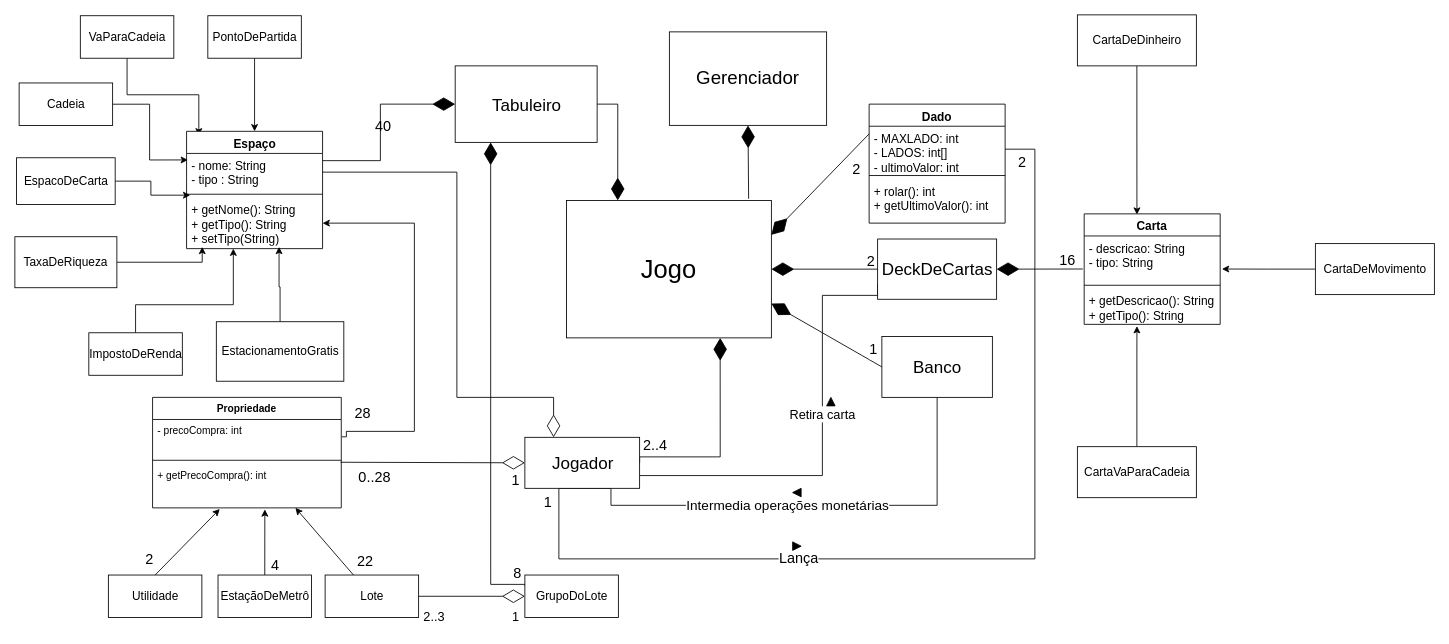
rafaelbarbeta/Monopoly keeps this draw.io diagram as Monopoly - G1.drawio. Above is the earlier version. Source tidied: cells renumbered, new cells numbered last; positions are measured from the earlier drawing's top-left corner, leaving out a move shared by most shapes. Both pictures are drawn from the tidied source at 85%, with x=0, y=0 at pixel (14, 14).
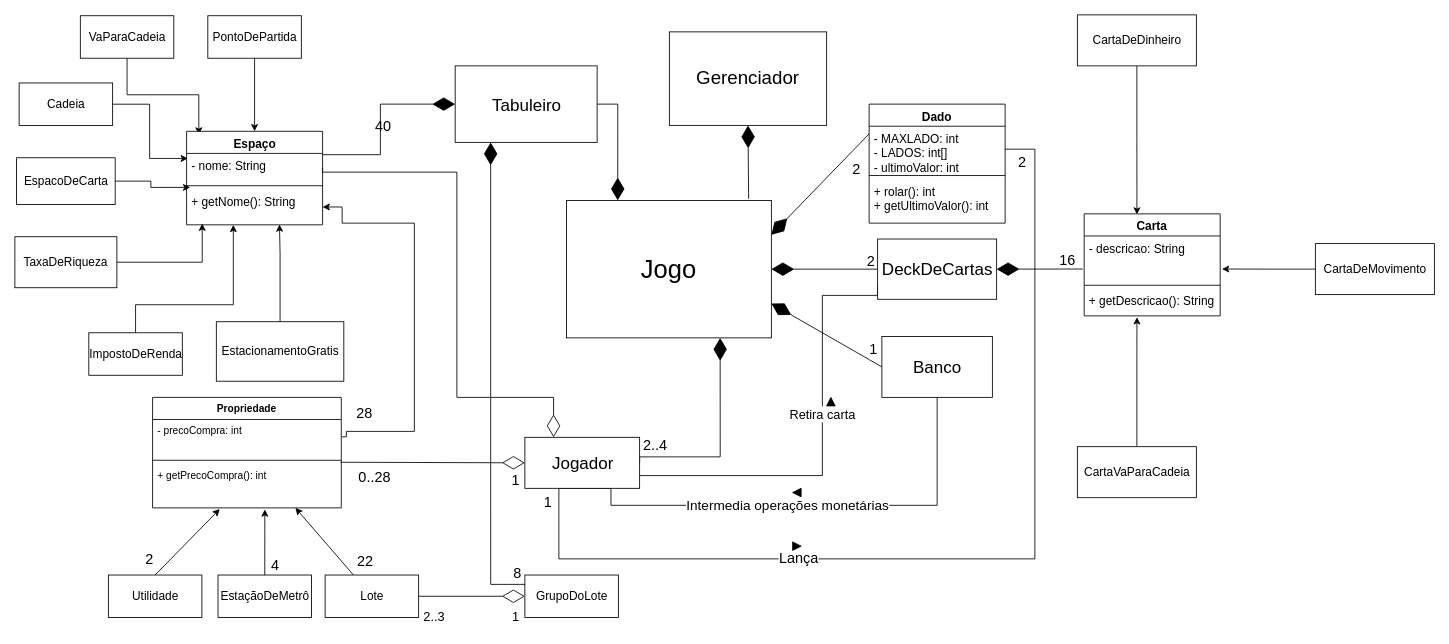
Above is the later version.

Commit message:
Retira campo tipo Diagramas

The change refers to these unchanged cells:
```xml
<mxCell id="38" value="EstacionamentoGratis" style="html=1;fontSize=14;" parent="1" vertex="1">
  <mxGeometry x="237" y="361" width="150" height="70" as="geometry" />
</mxCell>
<mxCell id="78" value="- precoCompra: int" style="text;strokeColor=none;fillColor=none;align=left;verticalAlign=top;spacingLeft=4;spacingRight=4;overflow=hidden;points=[[0,0.5],[1,0.5]];portConstraint=eastwest;" parent="77" vertex="1">
  <mxGeometry y="26" width="222" height="44" as="geometry" />
</mxCell>
```

Change to the diagram source:
```diff
@@
     <mxCell id="2" value="28" style="edgeStyle=orthogonalEdgeStyle;rounded=0;jettySize=auto;html=1;fontSize=17;entryX=1.003;entryY=0.464;entryDx=0;entryDy=0;startArrow=classic;startFill=1;endArrow=none;endFill=0;exitX=1;exitY=0.5;exitDx=0;exitDy=0;entryPerimeter=0;" parent="1" edge="1" source="68" target="78">
       <mxGeometry x="0.86" y="-20" relative="1" as="geometry">
         <Array as="points">
+          <mxPoint x="385" y="226" />
+          <mxPoint x="385" y="245" />
           <mxPoint x="470" y="245" />
           <mxPoint x="470" y="490" />
           <mxPoint x="390" y="490" />
           <mxPoint x="390" y="496" />
         </Array>
       </mxGeometry>
     </mxCell>
@@
-    <mxCell id="37" style="edgeStyle=orthogonalEdgeStyle;rounded=0;jettySize=auto;html=1;exitX=0.5;exitY=0;exitDx=0;exitDy=0;entryX=0.68;entryY=0.966;entryDx=0;entryDy=0;entryPerimeter=0;fontSize=17;startArrow=none;startFill=0;endArrow=classic;endFill=1;" parent="1" edge="1" source="38" target="68">
+    <mxCell id="37" style="edgeStyle=orthogonalEdgeStyle;rounded=0;jettySize=auto;html=1;exitX=0.5;exitY=0;exitDx=0;exitDy=0;fontSize=17;startArrow=none;startFill=0;endArrow=classic;endFill=1;entryX=0.683;entryY=0.989;entryDx=0;entryDy=0;entryPerimeter=0;" parent="1" edge="1" source="38" target="68">
       <mxGeometry relative="1" as="geometry">
         <Array as="points">
-          <mxPoint x="312" y="320" />
-          <mxPoint x="311" y="320" />
+          <mxPoint x="312" y="280" />
+          <mxPoint x="311" y="280" />
         </Array>
       </mxGeometry>
     </mxCell>
@@
     <mxCell id="65" value="Espaço" style="swimlane;fontStyle=1;align=center;verticalAlign=top;horizontal=1;startSize=26;fontFamily=Helvetica;fontSize=14;fontColor=default;strokeColor=default;fillColor=default;html=1;" parent="1" vertex="1">
-      <mxGeometry x="202" y="137" width="160" height="138" as="geometry" />
+      <mxGeometry x="202" y="137" width="160" height="110" as="geometry" />
     </mxCell>
-    <mxCell id="66" value="- nome: String&lt;br&gt;- tipo : String" style="text;strokeColor=none;fillColor=none;align=left;verticalAlign=top;spacingLeft=4;spacingRight=4;overflow=hidden;points=[[0,0.5],[1,0.5]];portConstraint=eastwest;fontFamily=Helvetica;fontSize=14;fontColor=default;html=1;" parent="65" vertex="1">
-      <mxGeometry y="26" width="160" height="44" as="geometry" />
+    <mxCell id="66" value="- nome: String" style="text;strokeColor=none;fillColor=none;align=left;verticalAlign=top;spacingLeft=4;spacingRight=4;overflow=hidden;points=[[0,0.5],[1,0.5]];portConstraint=eastwest;fontFamily=Helvetica;fontSize=14;fontColor=default;html=1;" parent="65" vertex="1">
+      <mxGeometry y="26" width="160" height="34" as="geometry" />
     </mxCell>
     <mxCell id="67" style="line;strokeWidth=1;fillColor=none;align=left;verticalAlign=middle;spacingTop=-1;spacingLeft=3;spacingRight=3;labelPosition=right;fontFamily=Helvetica;fontSize=14;fontColor=default;html=1;" parent="65" vertex="1">
-      <mxGeometry y="70" width="160" height="8" as="geometry" />
+      <mxGeometry y="60" width="160" height="8" as="geometry" />
     </mxCell>
-    <mxCell id="68" value="+ getNome(): String&lt;br&gt;+ getTipo(): String&lt;br&gt;+ setTipo(String)" style="text;strokeColor=none;fillColor=none;align=left;verticalAlign=top;spacingLeft=4;spacingRight=4;overflow=hidden;points=[[0,0.5],[1,0.5]];portConstraint=eastwest;fontFamily=Helvetica;fontSize=14;fontColor=default;html=1;" parent="65" vertex="1">
-      <mxGeometry y="78" width="160" height="60" as="geometry" />
+    <mxCell id="68" value="+ getNome(): String" style="text;strokeColor=none;fillColor=none;align=left;verticalAlign=top;spacingLeft=4;spacingRight=4;overflow=hidden;points=[[0,0.5],[1,0.5]];portConstraint=eastwest;fontFamily=Helvetica;fontSize=14;fontColor=default;html=1;" parent="65" vertex="1">
+      <mxGeometry y="68" width="160" height="42" as="geometry" />
     </mxCell>
@@
     <mxCell id="73" value="Carta" style="swimlane;fontStyle=1;align=center;verticalAlign=top;horizontal=1;startSize=26;fontFamily=Helvetica;fontSize=14;fontColor=default;" parent="1" vertex="1">
-      <mxGeometry x="1258" y="234.1" width="160" height="130" as="geometry" />
+      <mxGeometry x="1258" y="234.1" width="160" height="120" as="geometry" />
     </mxCell>
-    <mxCell id="74" value="- descricao: String&#10;- tipo: String" style="text;strokeColor=none;fillColor=none;align=left;verticalAlign=top;spacingLeft=4;spacingRight=4;overflow=hidden;points=[[0,0.5],[1,0.5]];portConstraint=eastwest;fontFamily=Helvetica;fontSize=14;fontColor=default;" parent="73" vertex="1">
+    <mxCell id="74" value="- descricao: String" style="text;strokeColor=none;fillColor=none;align=left;verticalAlign=top;spacingLeft=4;spacingRight=4;overflow=hidden;points=[[0,0.5],[1,0.5]];portConstraint=eastwest;fontFamily=Helvetica;fontSize=14;fontColor=default;" parent="73" vertex="1">
       <mxGeometry y="26" width="160" height="54" as="geometry" />
     </mxCell>
@@
-    <mxCell id="76" value="+ getDescricao(): String&#10;+ getTipo(): String&#10;" style="text;strokeColor=none;fillColor=none;align=left;verticalAlign=top;spacingLeft=4;spacingRight=4;overflow=hidden;points=[[0,0.5],[1,0.5]];portConstraint=eastwest;fontFamily=Helvetica;fontSize=14;fontColor=default;" parent="73" vertex="1">
-      <mxGeometry y="88" width="160" height="42" as="geometry" />
+    <mxCell id="76" value="+ getDescricao(): String&#10;" style="text;strokeColor=none;fillColor=none;align=left;verticalAlign=top;spacingLeft=4;spacingRight=4;overflow=hidden;points=[[0,0.5],[1,0.5]];portConstraint=eastwest;fontFamily=Helvetica;fontSize=14;fontColor=default;" parent="73" vertex="1">
+      <mxGeometry y="88" width="160" height="32" as="geometry" />
     </mxCell>
```
